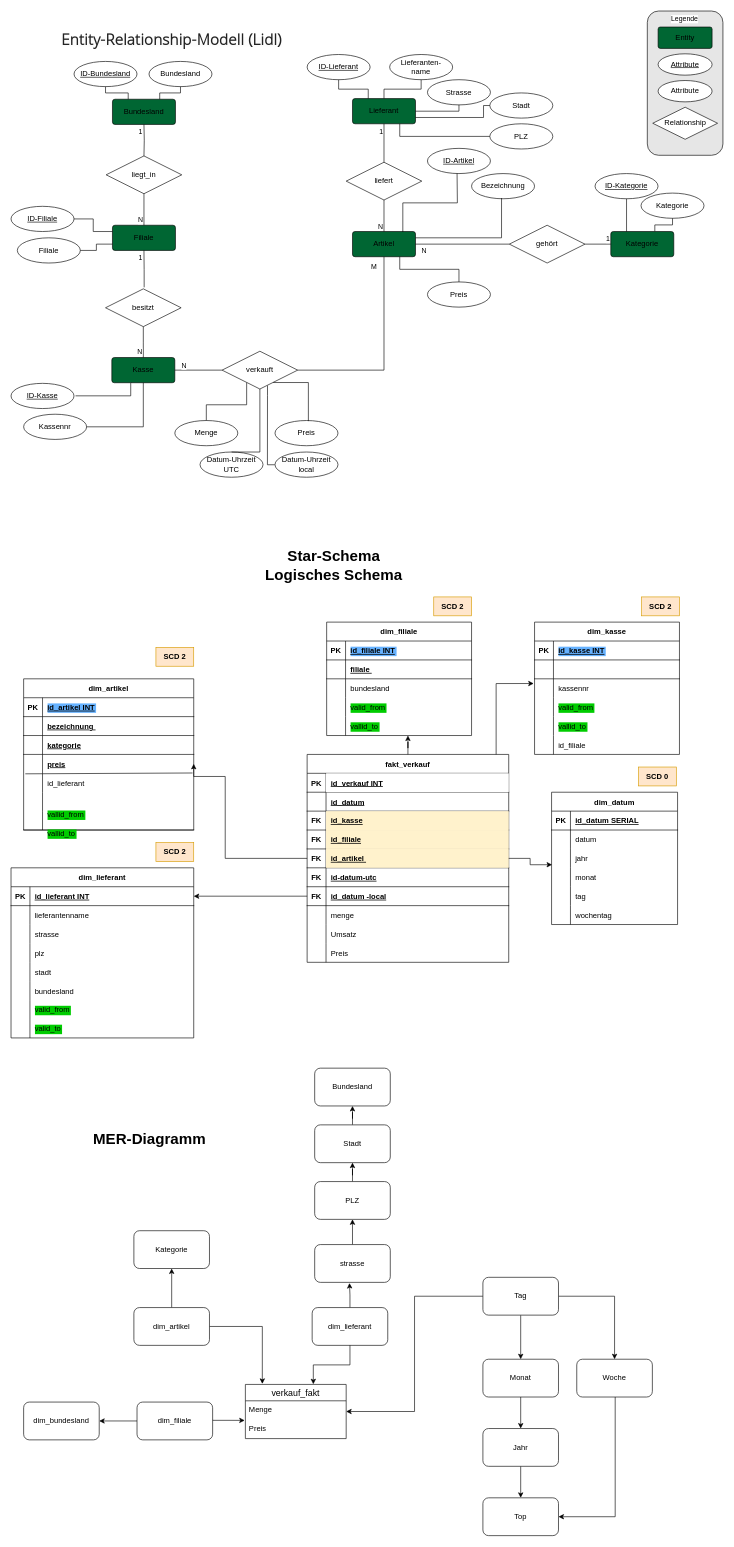
Above: docs/ER-Modell.drawio in HappyJeanny/etl-postgres-projekt (draw.io), before the change. Source tidied: cells renumbered, new cells numbered last; positions are measured from the earlier drawing's top-left corner, leaving out a move shared by most shapes. Both pictures are drawn from the tidied source at 63%, with x=0, y=0 at pixel (11, 11).
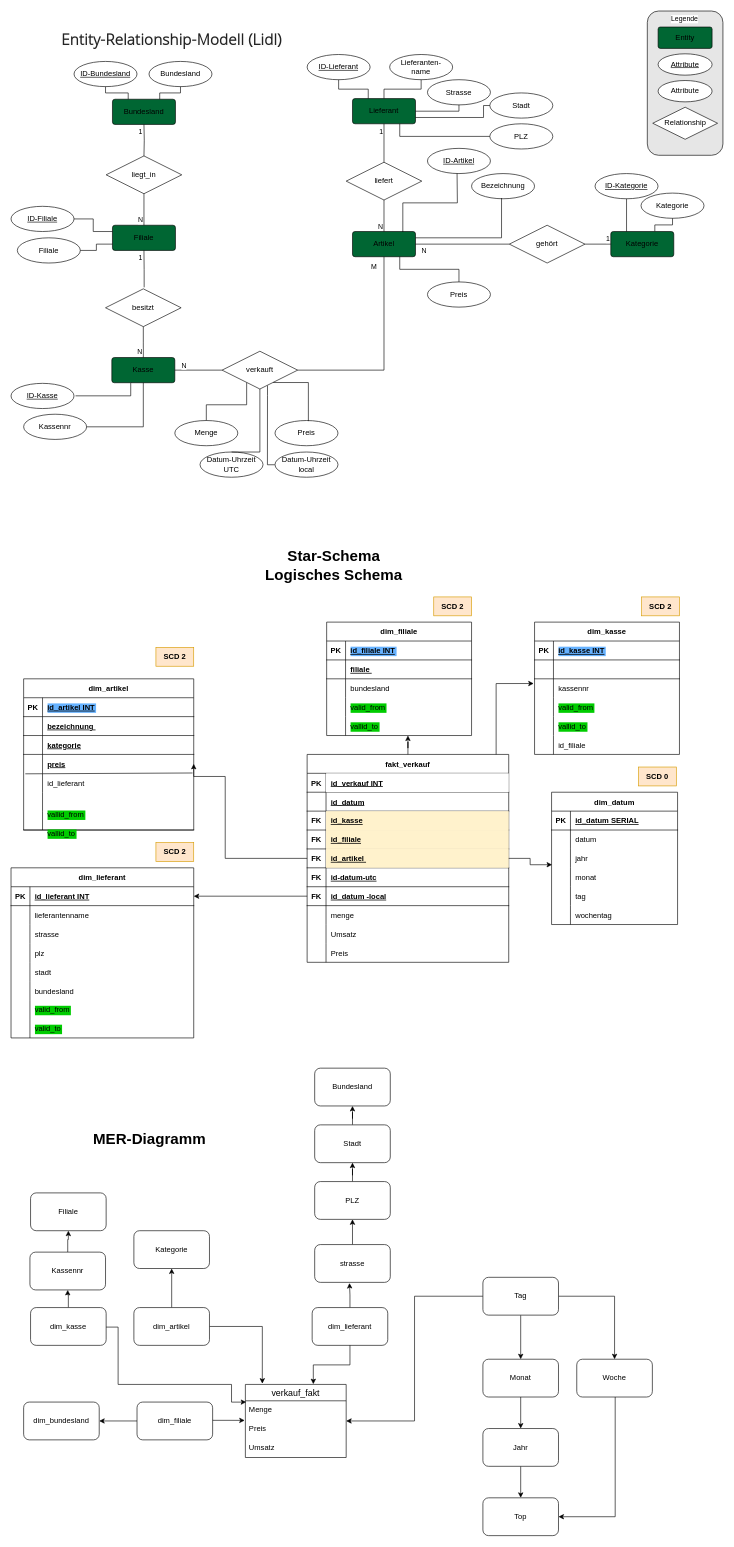
The same diagram, later.

Unchanged cells that the change refers to:
```xml
<mxCell id="210" value="Menge" style="text;strokeColor=none;fillColor=none;spacingLeft=4;spacingRight=4;overflow=hidden;points=[[0,0.5],[1,0.5]];portConstraint=eastwest;fontSize=12;whiteSpace=wrap;html=1;" parent="209" vertex="1">
  <mxGeometry y="26" width="160" height="30" as="geometry" />
</mxCell>
```

Change to the diagram source:
```diff
@@
     <mxCell id="209" value="verkauf_fakt" style="swimlane;fontStyle=0;horizontal=1;startSize=26;align=center;fontSize=14;" parent="1" vertex="1">
-      <mxGeometry x="372" y="2180" width="160" height="86" as="geometry" />
+      <mxGeometry x="372" y="2180" width="160" height="116" as="geometry" />
     </mxCell>
@@
+    <mxCell id="262" value="Umsatz" style="text;strokeColor=none;fillColor=none;spacingLeft=4;spacingRight=4;overflow=hidden;fontSize=12;whiteSpace=wrap;html=1;" parent="209" vertex="1">
+      <mxGeometry y="86" width="160" height="30" as="geometry" />
+    </mxCell>
@@
+    <mxCell id="263" style="edgeStyle=orthogonalEdgeStyle;rounded=0;jettySize=auto;html=1;" parent="1" edge="1" source="264" target="267">
+      <mxGeometry relative="1" as="geometry" />
+    </mxCell>
+    <mxCell id="264" value="dim_kasse" style="rounded=1;whiteSpace=wrap;html=1;" parent="1" vertex="1">
+      <mxGeometry x="31" y="2058" width="120" height="60" as="geometry" />
+    </mxCell>
+    <mxCell id="265" style="edgeStyle=orthogonalEdgeStyle;rounded=0;jettySize=auto;html=1;entryX=0.008;entryY=0.069;entryDx=0;entryDy=0;entryPerimeter=0;" parent="1" edge="1" target="210">
+      <mxGeometry relative="1" as="geometry">
+        <mxPoint x="151" y="2089" as="sourcePoint" />
+        <Array as="points">
+          <mxPoint x="170" y="2089" />
+          <mxPoint x="170" y="2180" />
+          <mxPoint x="350" y="2180" />
+          <mxPoint x="350" y="2208" />
+        </Array>
+      </mxGeometry>
+    </mxCell>
+    <mxCell id="266" style="edgeStyle=orthogonalEdgeStyle;rounded=0;jettySize=auto;html=1;" parent="1" edge="1" source="267" target="268">
+      <mxGeometry relative="1" as="geometry" />
+    </mxCell>
+    <mxCell id="267" value="Kassennr" style="rounded=1;whiteSpace=wrap;html=1;" parent="1" vertex="1">
+      <mxGeometry x="30" y="1970" width="120" height="60" as="geometry" />
+    </mxCell>
+    <mxCell id="268" value="Filiale" style="rounded=1;whiteSpace=wrap;html=1;" parent="1" vertex="1">
+      <mxGeometry x="31" y="1876" width="120" height="60" as="geometry" />
+    </mxCell>
```
